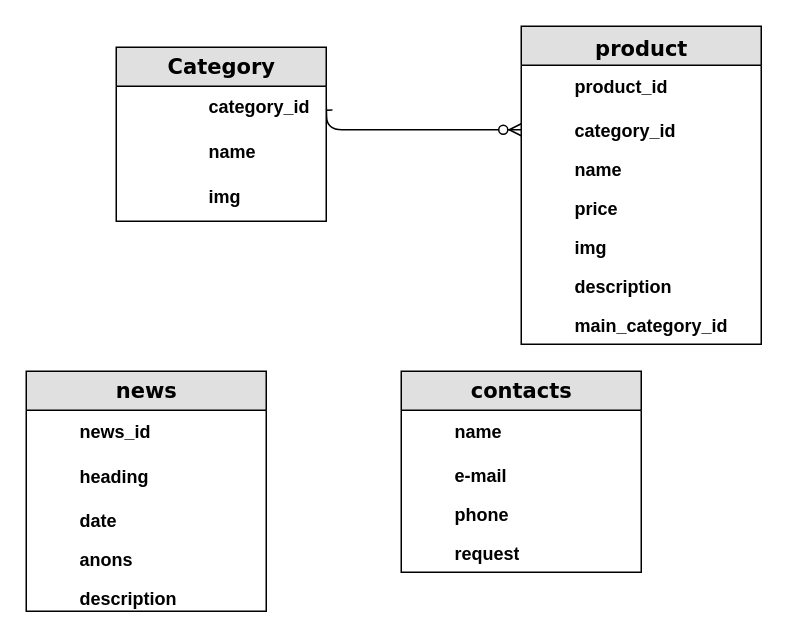
Above: Untitled Diagram.drawio in VadimPaharenko/ER (draw.io), before the change. Source tidied: cells renumbered, new cells numbered last; positions are measured from the earlier drawing's top-left corner, leaving out a move shared by most shapes. Both pictures are drawn from the tidied source at 150%, with x=0, y=0 at pixel (26, 26).
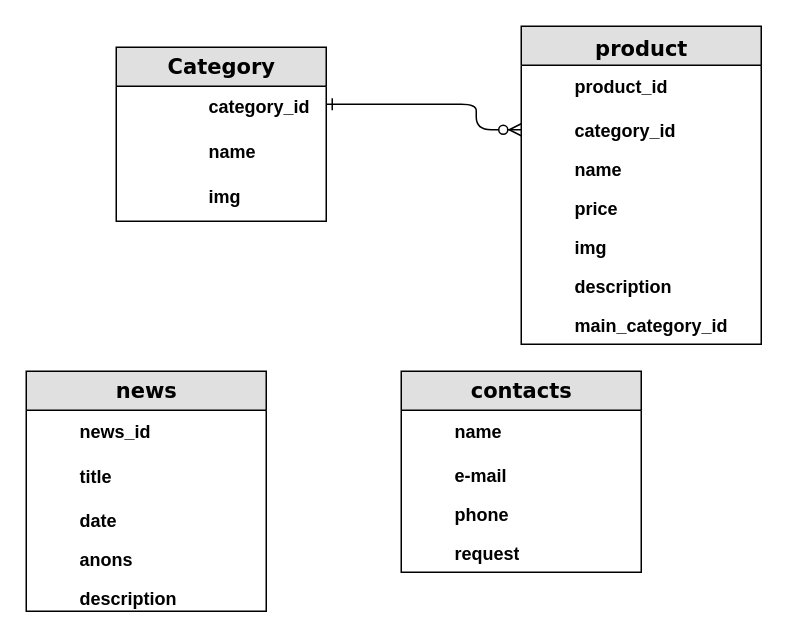
The same page after the edit.

Unchanged cells that the change refers to:
```xml
<mxCell id="5" value="&lt;b&gt;category_id&lt;/b&gt;" style="shape=partialRectangle;top=0;left=0;right=0;bottom=0;html=1;align=left;verticalAlign=top;fillColor=none;spacingLeft=34;spacingRight=4;whiteSpace=wrap;overflow=hidden;points=[[0,0.5],[1,0.5]];portConstraint=eastwest;" parent="3" vertex="1">
  <mxGeometry y="56" width="160" height="26" as="geometry" />
</mxCell>
<mxCell id="16" value="news" style="swimlane;html=1;fontStyle=1;horizontal=1;startSize=26;fillColor=#e0e0e0;swimlaneFillColor=#ffffff;align=center;rounded=0;shadow=0;comic=0;labelBackgroundColor=none;strokeWidth=1;fontFamily=Verdana;fontSize=14;" parent="1" vertex="1">
  <mxGeometry y="230" width="160" height="160" as="geometry" />
</mxCell>
```

What changed in the source:
```diff
@@
     <mxCell id="2" style="edgeStyle=orthogonalEdgeStyle;html=1;endArrow=ERone;startArrow=ERzeroToMany;labelBackgroundColor=none;fontFamily=Verdana;fontSize=14;entryX=1;entryY=0.5;startFill=1;endFill=0;exitX=0;exitY=0.5;exitDx=0;exitDy=0;" parent="1" edge="1" source="5">
       <mxGeometry relative="1" as="geometry">
         <mxPoint x="200" y="52" as="targetPoint" />
+        <Array as="points">
+          <mxPoint x="300" y="69" />
+          <mxPoint x="300" y="52" />
+        </Array>
       </mxGeometry>
     </mxCell>
@@
-    <mxCell id="18" value="heading" style="shape=partialRectangle;top=0;left=0;right=0;bottom=1;html=1;align=left;verticalAlign=middle;fillColor=none;spacingLeft=34;spacingRight=4;whiteSpace=wrap;overflow=hidden;fontStyle=1;strokeColor=none;" parent="16" vertex="1">
+    <mxCell id="18" value="title" style="shape=partialRectangle;top=0;left=0;right=0;bottom=1;html=1;align=left;verticalAlign=middle;fillColor=none;spacingLeft=34;spacingRight=4;whiteSpace=wrap;overflow=hidden;fontStyle=1;strokeColor=none;" parent="16" vertex="1">
       <mxGeometry y="56" width="160" height="30" as="geometry" />
     </mxCell>
```
